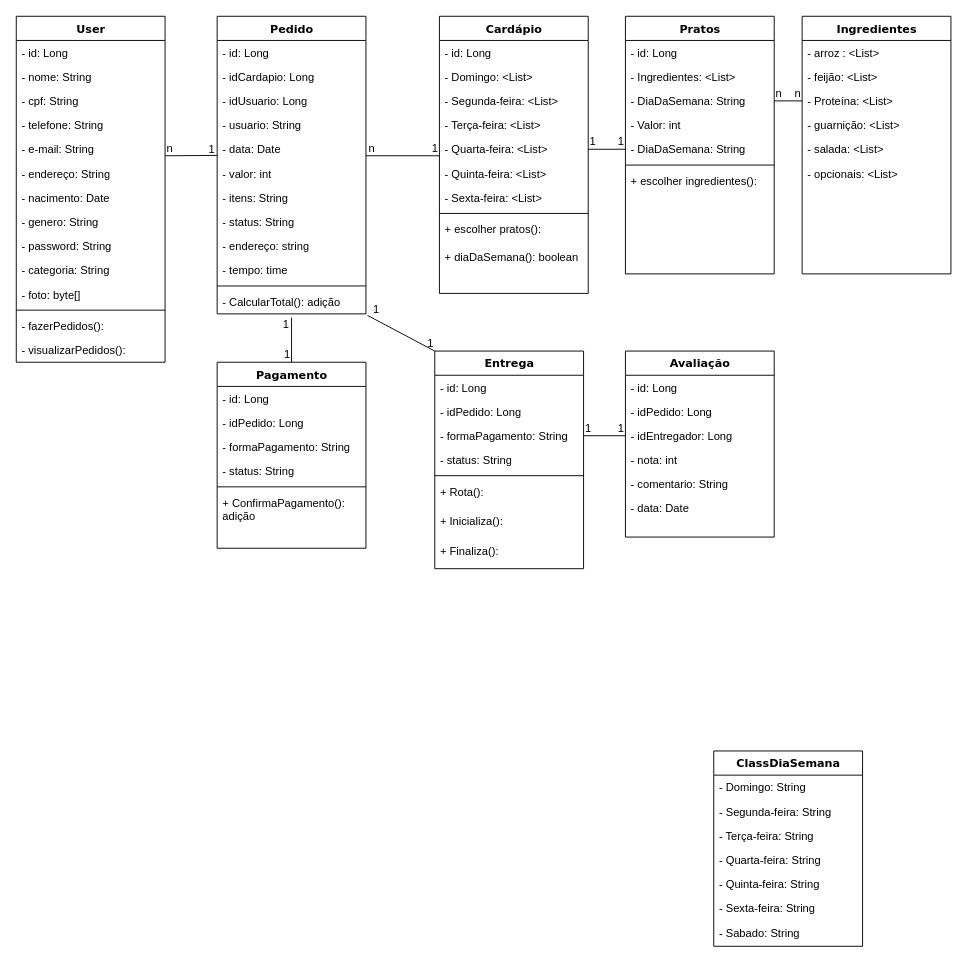
Above: Diagrama sem nome.drawio in lKauanF/SpringBoot_RangoExpress (draw.io), before the change. Source tidied: cells renumbered, new cells numbered last; positions are measured from the earlier drawing's top-left corner, leaving out a move shared by most shapes. Both pictures are drawn from the tidied source at 93%, with x=0, y=0 at pixel (16, 16).
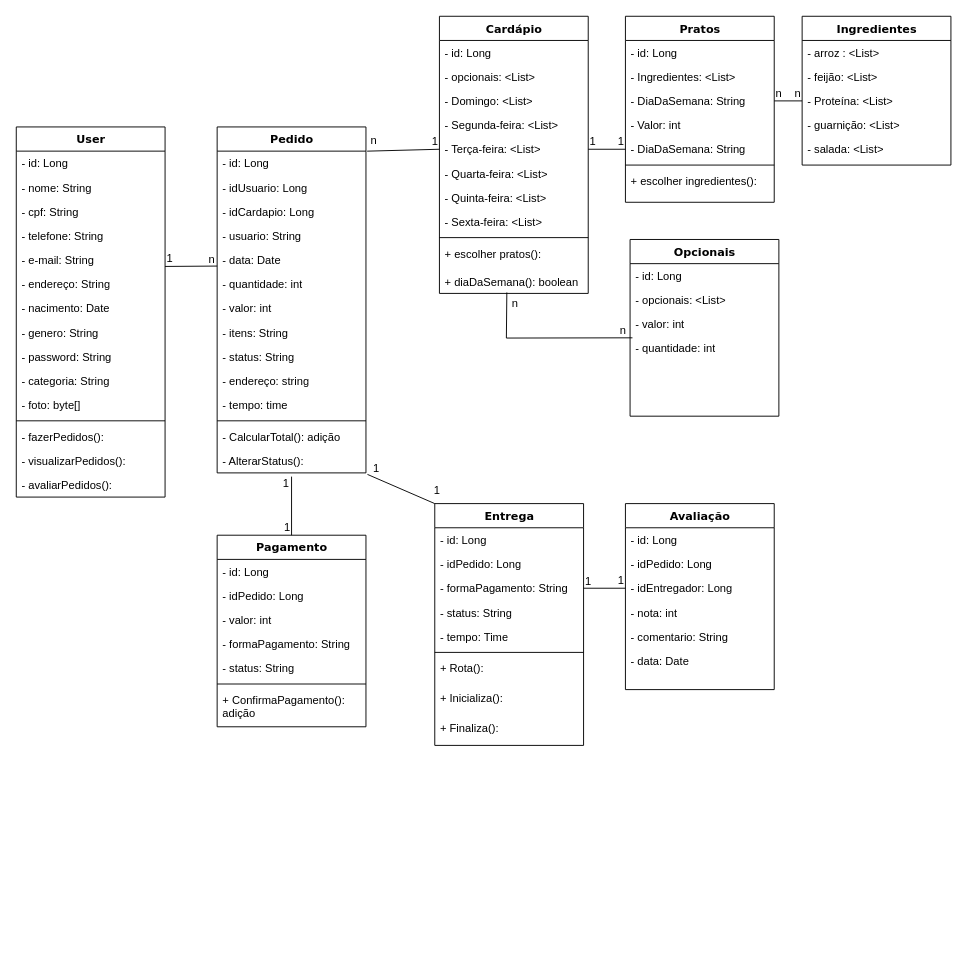
The same diagram, later.

The change refers to these unchanged cells:
```xml
<mxCell id="17" value="Cardápio" style="swimlane;html=1;fontStyle=1;align=center;verticalAlign=top;horizontal=1;startSize=26;swimlaneFillColor=#ffffff;rounded=0;shadow=0;comic=0;labelBackgroundColor=none;strokeWidth=1;fillColor=none;fontFamily=Verdana;fontSize=12;" parent="1" vertex="1">
  <mxGeometry x="455" width="160" height="298" as="geometry" />
</mxCell>
<mxCell id="48" value="- data: Date" style="text;html=1;strokeColor=none;fillColor=none;align=left;verticalAlign=top;spacingLeft=4;spacingRight=4;whiteSpace=wrap;overflow=hidden;points=[[0,0.5],[1,0.5]];portConstraint=eastwest;" parent="43" vertex="1">
  <mxGeometry y="130" width="160" height="26" as="geometry" />
</mxCell>
<mxCell id="102" style="endArrow=none;html=1;rounded=0;exitX=1.01;exitY=1.062;exitDx=0;exitDy=0;entryX=0;entryY=0;entryDx=0;entryDy=0;exitPerimeter=0;" parent="1" edge="1" source="55" target="63">
  <mxGeometry relative="1" as="geometry" />
</mxCell>
```

What changed in the source:
```diff
@@
     <mxCell id="2" value="User" style="swimlane;html=1;fontStyle=1;align=center;verticalAlign=top;horizontal=1;startSize=26;swimlaneFillColor=#ffffff;rounded=0;shadow=0;comic=0;labelBackgroundColor=none;strokeWidth=1;fillColor=none;fontFamily=Verdana;fontSize=12;" parent="1" vertex="1">
-      <mxGeometry width="160" height="372" as="geometry" />
+      <mxGeometry y="119" width="160" height="398" as="geometry" />
     </mxCell>
@@
+    <mxCell id="108" value="- avaliarPedidos():" style="text;html=1;strokeColor=none;fillColor=none;align=left;verticalAlign=top;spacingLeft=4;spacingRight=4;whiteSpace=wrap;overflow=hidden;" parent="2" vertex="1">
+      <mxGeometry y="372" width="160" height="26" as="geometry" />
+    </mxCell>
@@
+    <mxCell id="109" value="- opcionais: &amp;lt;List&amp;gt;" style="text;html=1;strokeColor=none;fillColor=none;align=left;verticalAlign=top;spacingLeft=4;spacingRight=4;whiteSpace=wrap;overflow=hidden;" parent="17" vertex="1">
+      <mxGeometry y="52" width="160" height="26" as="geometry" />
+    </mxCell>
     <mxCell id="19" value="- Domingo: &amp;lt;List&amp;gt;" style="text;html=1;strokeColor=none;fillColor=none;align=left;verticalAlign=top;spacingLeft=4;spacingRight=4;whiteSpace=wrap;overflow=hidden;" parent="17" vertex="1">
-      <mxGeometry y="52" width="160" height="26" as="geometry" />
+      <mxGeometry y="78" width="160" height="26" as="geometry" />
     </mxCell>
     <mxCell id="20" value="- Segunda-feira: &amp;lt;List&amp;gt;" style="text;html=1;strokeColor=none;fillColor=none;align=left;verticalAlign=top;spacingLeft=4;spacingRight=4;whiteSpace=wrap;overflow=hidden;" parent="17" vertex="1">
-      <mxGeometry y="78" width="160" height="26" as="geometry" />
+      <mxGeometry y="104" width="160" height="26" as="geometry" />
     </mxCell>
     <mxCell id="21" value="- Terça-feira: &amp;lt;List&amp;gt;" style="text;html=1;strokeColor=none;fillColor=none;align=left;verticalAlign=top;spacingLeft=4;spacingRight=4;whiteSpace=wrap;overflow=hidden;points=[[0,0.5],[1,0.5]];portConstraint=eastwest;" parent="17" vertex="1">
-      <mxGeometry y="104" width="160" height="26" as="geometry" />
+      <mxGeometry y="130" width="160" height="26" as="geometry" />
     </mxCell>
     <mxCell id="22" value="- Quarta-feira: &amp;lt;List&amp;gt;" style="text;html=1;strokeColor=none;fillColor=none;align=left;verticalAlign=top;spacingLeft=4;spacingRight=4;whiteSpace=wrap;overflow=hidden;points=[[0,0.5],[1,0.5]];portConstraint=eastwest;" parent="17" vertex="1">
-      <mxGeometry y="130" width="160" height="26" as="geometry" />
+      <mxGeometry y="156" width="160" height="26" as="geometry" />
     </mxCell>
     <mxCell id="23" value="- Quinta-feira: &amp;lt;List&amp;gt;" style="text;html=1;strokeColor=none;fillColor=none;align=left;verticalAlign=top;spacingLeft=4;spacingRight=4;whiteSpace=wrap;overflow=hidden;" parent="17" vertex="1">
-      <mxGeometry y="156" width="160" height="26" as="geometry" />
+      <mxGeometry y="182" width="160" height="26" as="geometry" />
     </mxCell>
     <mxCell id="24" value="- Sexta-feira: &amp;lt;List&amp;gt;" style="text;html=1;strokeColor=none;fillColor=none;align=left;verticalAlign=top;spacingLeft=4;spacingRight=4;whiteSpace=wrap;overflow=hidden;" parent="17" vertex="1">
-      <mxGeometry y="182" width="160" height="26" as="geometry" />
+      <mxGeometry y="208" width="160" height="26" as="geometry" />
     </mxCell>
     <mxCell id="25" style="line;html=1;strokeWidth=1;fillColor=none;align=left;verticalAlign=middle;spacingTop=-1;spacingLeft=3;spacingRight=3;labelPosition=right;" parent="17" vertex="1">
-      <mxGeometry y="208" width="160" height="8" as="geometry" />
+      <mxGeometry y="234" width="160" height="8" as="geometry" />
     </mxCell>
     <mxCell id="26" value="+ escolher pratos():&amp;nbsp;" style="text;html=1;strokeColor=none;fillColor=none;align=left;verticalAlign=top;spacingLeft=4;spacingRight=4;whiteSpace=wrap;overflow=hidden;" parent="17" vertex="1">
-      <mxGeometry y="216" width="160" height="30" as="geometry" />
+      <mxGeometry y="242" width="160" height="30" as="geometry" />
     </mxCell>
     <mxCell id="27" value="+ diaDaSemana(): boolean" style="text;html=1;strokeColor=none;fillColor=none;align=left;verticalAlign=top;spacingLeft=4;spacingRight=4;whiteSpace=wrap;overflow=hidden;points=[[0,0.5],[1,0.5]];portConstraint=eastwest;" parent="17" vertex="1">
-      <mxGeometry y="246" width="160" height="26" as="geometry" />
+      <mxGeometry y="272" width="160" height="26" as="geometry" />
     </mxCell>
     <mxCell id="28" value="Avaliação" style="swimlane;html=1;fontStyle=1;align=center;verticalAlign=top;horizontal=1;startSize=26;swimlaneFillColor=#ffffff;rounded=0;shadow=0;comic=0;labelBackgroundColor=none;strokeWidth=1;fillColor=none;fontFamily=Verdana;fontSize=12;" parent="1" vertex="1">
-      <mxGeometry x="655" y="360" width="160" height="200" as="geometry" />
+      <mxGeometry x="655" y="524" width="160" height="200" as="geometry" />
     </mxCell>
@@
-    <mxCell id="35" value="ClassDiaSemana" style="swimlane;html=1;fontStyle=1;align=center;verticalAlign=top;horizontal=1;startSize=26;swimlaneFillColor=#ffffff;rounded=0;shadow=0;comic=0;labelBackgroundColor=none;strokeWidth=1;fillColor=none;fontFamily=Verdana;fontSize=12;" parent="1" vertex="1">
-      <mxGeometry x="750" y="790" width="160" height="210" as="geometry" />
-    </mxCell>
-    <mxCell id="36" value="- Domingo: String" style="text;html=1;strokeColor=none;fillColor=none;align=left;verticalAlign=top;spacingLeft=4;spacingRight=4;whiteSpace=wrap;overflow=hidden;" parent="35" vertex="1">
-      <mxGeometry y="26" width="160" height="26" as="geometry" />
-    </mxCell>
-    <mxCell id="37" value="- Segunda-feira: String" style="text;html=1;strokeColor=none;fillColor=none;align=left;verticalAlign=top;spacingLeft=4;spacingRight=4;whiteSpace=wrap;overflow=hidden;" parent="35" vertex="1">
-      <mxGeometry y="52" width="160" height="26" as="geometry" />
-    </mxCell>
-    <mxCell id="38" value="- Terça-feira: String" style="text;html=1;strokeColor=none;fillColor=none;align=left;verticalAlign=top;spacingLeft=4;spacingRight=4;whiteSpace=wrap;overflow=hidden;" parent="35" vertex="1">
-      <mxGeometry y="78" width="160" height="26" as="geometry" />
-    </mxCell>
-    <mxCell id="39" value="- Quarta-feira&lt;span style=&quot;background-color: initial;&quot;&gt;: String&lt;/span&gt;" style="text;html=1;strokeColor=none;fillColor=none;align=left;verticalAlign=top;spacingLeft=4;spacingRight=4;whiteSpace=wrap;overflow=hidden;" parent="35" vertex="1">
-      <mxGeometry y="104" width="160" height="26" as="geometry" />
-    </mxCell>
-    <mxCell id="40" value="- Quinta-feira&lt;span style=&quot;background-color: initial;&quot;&gt;: String&lt;/span&gt;" style="text;html=1;strokeColor=none;fillColor=none;align=left;verticalAlign=top;spacingLeft=4;spacingRight=4;whiteSpace=wrap;overflow=hidden;" parent="35" vertex="1">
-      <mxGeometry y="130" width="160" height="26" as="geometry" />
-    </mxCell>
-    <mxCell id="41" value="- Sexta-feira&lt;span style=&quot;background-color: initial;&quot;&gt;: String&lt;/span&gt;" style="text;html=1;strokeColor=none;fillColor=none;align=left;verticalAlign=top;spacingLeft=4;spacingRight=4;whiteSpace=wrap;overflow=hidden;" parent="35" vertex="1">
-      <mxGeometry y="156" width="160" height="26" as="geometry" />
-    </mxCell>
-    <mxCell id="42" value="- Sabado&lt;span style=&quot;background-color: initial;&quot;&gt;: String&lt;/span&gt;" style="text;html=1;strokeColor=none;fillColor=none;align=left;verticalAlign=top;spacingLeft=4;spacingRight=4;whiteSpace=wrap;overflow=hidden;" parent="35" vertex="1">
-      <mxGeometry y="182" width="160" height="26" as="geometry" />
-    </mxCell>
     <mxCell id="43" value="Pedido" style="swimlane;html=1;fontStyle=1;align=center;verticalAlign=top;horizontal=1;startSize=26;swimlaneFillColor=#ffffff;rounded=0;shadow=0;comic=0;labelBackgroundColor=none;strokeWidth=1;fillColor=none;fontFamily=Verdana;fontSize=12;" parent="1" vertex="1">
-      <mxGeometry x="216" width="160" height="320" as="geometry" />
+      <mxGeometry x="216" y="119" width="160" height="372" as="geometry" />
     </mxCell>
@@
+    <mxCell id="46" value="- idUsuario: Long" style="text;html=1;strokeColor=none;fillColor=none;align=left;verticalAlign=top;spacingLeft=4;spacingRight=4;whiteSpace=wrap;overflow=hidden;" parent="43" vertex="1">
+      <mxGeometry y="52" width="160" height="26" as="geometry" />
+    </mxCell>
     <mxCell id="45" value="- idCardapio: Long" style="text;html=1;strokeColor=none;fillColor=none;align=left;verticalAlign=top;spacingLeft=4;spacingRight=4;whiteSpace=wrap;overflow=hidden;" parent="43" vertex="1">
-      <mxGeometry y="52" width="160" height="26" as="geometry" />
+      <mxGeometry y="78" width="160" height="26" as="geometry" />
     </mxCell>
-    <mxCell id="46" value="- idUsuario: Long" style="text;html=1;strokeColor=none;fillColor=none;align=left;verticalAlign=top;spacingLeft=4;spacingRight=4;whiteSpace=wrap;overflow=hidden;" parent="43" vertex="1">
-      <mxGeometry y="78" width="160" height="26" as="geometry" />
-    </mxCell>
@@
+    <mxCell id="110" value="- quantidade: int" style="text;html=1;strokeColor=none;fillColor=none;align=left;verticalAlign=top;spacingLeft=4;spacingRight=4;whiteSpace=wrap;overflow=hidden;" parent="43" vertex="1">
+      <mxGeometry y="156" width="160" height="26" as="geometry" />
+    </mxCell>
     <mxCell id="49" value="- valor: int" style="text;html=1;strokeColor=none;fillColor=none;align=left;verticalAlign=top;spacingLeft=4;spacingRight=4;whiteSpace=wrap;overflow=hidden;" parent="43" vertex="1">
-      <mxGeometry y="156" width="160" height="26" as="geometry" />
+      <mxGeometry y="182" width="160" height="26" as="geometry" />
     </mxCell>
     <mxCell id="50" value="- itens: String" style="text;html=1;strokeColor=none;fillColor=none;align=left;verticalAlign=top;spacingLeft=4;spacingRight=4;whiteSpace=wrap;overflow=hidden;" parent="43" vertex="1">
-      <mxGeometry y="182" width="160" height="26" as="geometry" />
+      <mxGeometry y="208" width="160" height="26" as="geometry" />
     </mxCell>
     <mxCell id="51" value="- status: String" style="text;html=1;strokeColor=none;fillColor=none;align=left;verticalAlign=top;spacingLeft=4;spacingRight=4;whiteSpace=wrap;overflow=hidden;" parent="43" vertex="1">
-      <mxGeometry y="208" width="160" height="26" as="geometry" />
+      <mxGeometry y="234" width="160" height="26" as="geometry" />
     </mxCell>
     <mxCell id="52" value="- endereço: string" style="text;html=1;strokeColor=none;fillColor=none;align=left;verticalAlign=top;spacingLeft=4;spacingRight=4;whiteSpace=wrap;overflow=hidden;" parent="43" vertex="1">
-      <mxGeometry y="234" width="160" height="26" as="geometry" />
+      <mxGeometry y="260" width="160" height="26" as="geometry" />
     </mxCell>
     <mxCell id="53" value="- tempo: time" style="text;html=1;strokeColor=none;fillColor=none;align=left;verticalAlign=top;spacingLeft=4;spacingRight=4;whiteSpace=wrap;overflow=hidden;" parent="43" vertex="1">
-      <mxGeometry y="260" width="160" height="26" as="geometry" />
+      <mxGeometry y="286" width="160" height="26" as="geometry" />
     </mxCell>
     <mxCell id="54" style="line;html=1;strokeWidth=1;fillColor=none;align=left;verticalAlign=middle;spacingTop=-1;spacingLeft=3;spacingRight=3;labelPosition=right;" parent="43" vertex="1">
-      <mxGeometry y="286" width="160" height="8" as="geometry" />
+      <mxGeometry y="312" width="160" height="8" as="geometry" />
     </mxCell>
+    <mxCell id="111" value="- CalcularTotal(): adição" style="text;html=1;strokeColor=none;fillColor=none;align=left;verticalAlign=top;spacingLeft=4;spacingRight=4;whiteSpace=wrap;overflow=hidden;" parent="43" vertex="1">
+      <mxGeometry y="320" width="160" height="26" as="geometry" />
+    </mxCell>
-    <mxCell id="55" value="- CalcularTotal(): adição" style="text;html=1;strokeColor=none;fillColor=none;align=left;verticalAlign=top;spacingLeft=4;spacingRight=4;whiteSpace=wrap;overflow=hidden;points=[[0,0.5],[1,0.5]];portConstraint=eastwest;" parent="43" vertex="1">
-      <mxGeometry y="294" width="160" height="26" as="geometry" />
+    <mxCell id="55" value="- AlterarStatus():" style="text;html=1;strokeColor=none;fillColor=none;align=left;verticalAlign=top;spacingLeft=4;spacingRight=4;whiteSpace=wrap;overflow=hidden;points=[[0,0.5],[1,0.5]];portConstraint=eastwest;" parent="43" vertex="1">
+      <mxGeometry y="346" width="160" height="26" as="geometry" />
     </mxCell>
     <mxCell id="56" value="Pagamento" style="swimlane;html=1;fontStyle=1;align=center;verticalAlign=top;horizontal=1;startSize=26;swimlaneFillColor=#ffffff;rounded=0;shadow=0;comic=0;labelBackgroundColor=none;strokeWidth=1;fillColor=none;fontFamily=Verdana;fontSize=12;" parent="1" vertex="1">
-      <mxGeometry x="216" y="372" width="160" height="200" as="geometry" />
+      <mxGeometry x="216" y="558" width="160" height="206" as="geometry" />
     </mxCell>
@@
+    <mxCell id="112" value="- valor: int" style="text;html=1;strokeColor=none;fillColor=none;align=left;verticalAlign=top;spacingLeft=4;spacingRight=4;whiteSpace=wrap;overflow=hidden;" parent="56" vertex="1">
+      <mxGeometry y="78" width="160" height="26" as="geometry" />
+    </mxCell>
     <mxCell id="59" value="- formaPagamento: String" style="text;html=1;strokeColor=none;fillColor=none;align=left;verticalAlign=top;spacingLeft=4;spacingRight=4;whiteSpace=wrap;overflow=hidden;" parent="56" vertex="1">
-      <mxGeometry y="78" width="160" height="26" as="geometry" />
+      <mxGeometry y="104" width="160" height="26" as="geometry" />
     </mxCell>
     <mxCell id="60" value="- status: String" style="text;html=1;strokeColor=none;fillColor=none;align=left;verticalAlign=top;spacingLeft=4;spacingRight=4;whiteSpace=wrap;overflow=hidden;" parent="56" vertex="1">
-      <mxGeometry y="104" width="160" height="26" as="geometry" />
+      <mxGeometry y="130" width="160" height="26" as="geometry" />
     </mxCell>
     <mxCell id="61" style="line;html=1;strokeWidth=1;fillColor=none;align=left;verticalAlign=middle;spacingTop=-1;spacingLeft=3;spacingRight=3;labelPosition=right;" parent="56" vertex="1">
-      <mxGeometry y="130" width="160" height="8" as="geometry" />
+      <mxGeometry y="156" width="160" height="8" as="geometry" />
     </mxCell>
     <mxCell id="62" value="+ ConfirmaPagamento(): adição" style="text;html=1;strokeColor=none;fillColor=none;align=left;verticalAlign=top;spacingLeft=4;spacingRight=4;whiteSpace=wrap;overflow=hidden;" parent="56" vertex="1">
-      <mxGeometry y="138" width="160" height="42" as="geometry" />
+      <mxGeometry y="164" width="160" height="42" as="geometry" />
     </mxCell>
     <mxCell id="63" value="Entrega" style="swimlane;html=1;fontStyle=1;align=center;verticalAlign=top;horizontal=1;startSize=26;swimlaneFillColor=#ffffff;rounded=0;shadow=0;comic=0;labelBackgroundColor=none;strokeWidth=1;fillColor=none;fontFamily=Verdana;fontSize=12;" parent="1" vertex="1">
-      <mxGeometry x="450" y="360" width="160" height="234" as="geometry" />
+      <mxGeometry x="450" y="524" width="160" height="260" as="geometry" />
     </mxCell>
@@
+    <mxCell id="113" value="- tempo: Time" style="text;html=1;strokeColor=none;fillColor=none;align=left;verticalAlign=top;spacingLeft=4;spacingRight=4;whiteSpace=wrap;overflow=hidden;" parent="63" vertex="1">
+      <mxGeometry y="130" width="160" height="26" as="geometry" />
+    </mxCell>
     <mxCell id="68" style="line;html=1;strokeWidth=1;fillColor=none;align=left;verticalAlign=middle;spacingTop=-1;spacingLeft=3;spacingRight=3;labelPosition=right;" parent="63" vertex="1">
-      <mxGeometry y="130" width="160" height="8" as="geometry" />
+      <mxGeometry y="156" width="160" height="8" as="geometry" />
     </mxCell>
     <mxCell id="69" value="+ Rota():&amp;nbsp;" style="text;html=1;strokeColor=none;fillColor=none;align=left;verticalAlign=top;spacingLeft=4;spacingRight=4;whiteSpace=wrap;overflow=hidden;" parent="63" vertex="1">
-      <mxGeometry y="138" width="160" height="32" as="geometry" />
+      <mxGeometry y="164" width="160" height="32" as="geometry" />
     </mxCell>
     <mxCell id="70" value="+ Inicializa():&amp;nbsp;" style="text;html=1;strokeColor=none;fillColor=none;align=left;verticalAlign=top;spacingLeft=4;spacingRight=4;whiteSpace=wrap;overflow=hidden;" parent="63" vertex="1">
-      <mxGeometry y="170" width="160" height="32" as="geometry" />
+      <mxGeometry y="196" width="160" height="32" as="geometry" />
     </mxCell>
     <mxCell id="71" value="+ Finaliza():&amp;nbsp;" style="text;html=1;strokeColor=none;fillColor=none;align=left;verticalAlign=top;spacingLeft=4;spacingRight=4;whiteSpace=wrap;overflow=hidden;" parent="63" vertex="1">
-      <mxGeometry y="202" width="160" height="32" as="geometry" />
+      <mxGeometry y="228" width="160" height="32" as="geometry" />
     </mxCell>
     <mxCell id="72" value="Pratos" style="swimlane;html=1;fontStyle=1;align=center;verticalAlign=top;horizontal=1;startSize=26;swimlaneFillColor=#ffffff;rounded=0;shadow=0;comic=0;labelBackgroundColor=none;strokeWidth=1;fillColor=none;fontFamily=Verdana;fontSize=12;" parent="1" vertex="1">
-      <mxGeometry x="655" width="160" height="277" as="geometry" />
+      <mxGeometry x="655" width="160" height="200" as="geometry" />
     </mxCell>
@@
     <mxCell id="80" value="Ingredientes" style="swimlane;html=1;fontStyle=1;align=center;verticalAlign=top;horizontal=1;startSize=26;swimlaneFillColor=#ffffff;rounded=0;shadow=0;comic=0;labelBackgroundColor=none;strokeWidth=1;fillColor=none;fontFamily=Verdana;fontSize=12;" parent="1" vertex="1">
-      <mxGeometry x="845" width="160" height="277" as="geometry" />
+      <mxGeometry x="845" width="160" height="160" as="geometry" />
     </mxCell>
@@
-    <mxCell id="86" value="- opcionais: &amp;lt;List&amp;gt;" style="text;html=1;strokeColor=none;fillColor=none;align=left;verticalAlign=top;spacingLeft=4;spacingRight=4;whiteSpace=wrap;overflow=hidden;" parent="80" vertex="1">
-      <mxGeometry y="156" width="160" height="26" as="geometry" />
-    </mxCell>
     <mxCell id="87" style="endArrow=none;html=1;rounded=0;entryX=0;entryY=0.754;entryDx=0;entryDy=0;entryPerimeter=0;" parent="1" edge="1" target="48">
       <mxGeometry relative="1" as="geometry">
-        <mxPoint x="160" y="150" as="sourcePoint" />
+        <mxPoint x="160" y="269" as="sourcePoint" />
       </mxGeometry>
     </mxCell>
-    <mxCell id="88" value="n" style="html=1;whiteSpace=wrap;align=left;verticalAlign=bottom;" parent="87" vertex="1">
+    <mxCell id="88" value="1" style="html=1;whiteSpace=wrap;align=left;verticalAlign=bottom;" parent="87" vertex="1">
       <mxGeometry x="-1" relative="1" as="geometry" />
     </mxCell>
-    <mxCell id="89" value="1" style="html=1;whiteSpace=wrap;align=right;verticalAlign=bottom;" parent="87" vertex="1">
+    <mxCell id="89" value="n" style="html=1;whiteSpace=wrap;align=right;verticalAlign=bottom;" parent="87" vertex="1">
       <mxGeometry x="1" relative="1" as="geometry">
         <mxPoint x="-1" y="1" as="offset" />
       </mxGeometry>
     </mxCell>
@@
-    <mxCell id="93" style="endArrow=none;html=1;rounded=0;exitX=1;exitY=0.5;exitDx=0;exitDy=0;" parent="1" edge="1" source="22">
+    <mxCell id="93" style="endArrow=none;html=1;rounded=0;exitX=1;exitY=0.5;exitDx=0;exitDy=0;" parent="1" edge="1" source="21">
       <mxGeometry relative="1" as="geometry">
         <mxPoint x="655" y="143" as="targetPoint" />
       </mxGeometry>
     </mxCell>
@@
-    <mxCell id="96" style="endArrow=none;html=1;rounded=0;exitX=1;exitY=0.769;exitDx=0;exitDy=0;exitPerimeter=0;entryX=0.001;entryY=0.769;entryDx=0;entryDy=0;entryPerimeter=0;" parent="1" edge="1" source="48" target="22">
+    <mxCell id="96" style="endArrow=none;html=1;rounded=0;entryX=0;entryY=0.5;entryDx=0;entryDy=0;exitX=1.008;exitY=0.07;exitDx=0;exitDy=0;exitPerimeter=0;" parent="1" edge="1" source="43" target="21">
       <mxGeometry relative="1" as="geometry" />
     </mxCell>
@@
     <mxCell id="98" value="n" style="html=1;whiteSpace=wrap;align=right;verticalAlign=bottom;" parent="1" vertex="1">
-      <mxGeometry x="387" y="150" as="geometry" />
+      <mxGeometry x="389" y="142" as="geometry" />
     </mxCell>
@@
     <mxCell id="104" value="1" style="html=1;whiteSpace=wrap;align=right;verticalAlign=bottom;" parent="102" vertex="1">
-      <mxGeometry x="1" relative="1" as="geometry" />
+      <mxGeometry x="1" relative="1" as="geometry">
+        <mxPoint x="7" y="-6" as="offset" />
+      </mxGeometry>
     </mxCell>
@@
+    <mxCell id="114" value="Opcionais" style="swimlane;html=1;fontStyle=1;align=center;verticalAlign=top;horizontal=1;startSize=26;swimlaneFillColor=#ffffff;rounded=0;shadow=0;comic=0;labelBackgroundColor=none;strokeWidth=1;fillColor=none;fontFamily=Verdana;fontSize=12;" parent="1" vertex="1">
+      <mxGeometry x="660" y="240" width="160" height="190" as="geometry" />
+    </mxCell>
+    <mxCell id="115" value="- id: Long&lt;div&gt;&lt;br/&gt;&lt;/div&gt;" style="text;html=1;strokeColor=none;fillColor=none;align=left;verticalAlign=top;spacingLeft=4;spacingRight=4;whiteSpace=wrap;overflow=hidden;" parent="114" vertex="1">
+      <mxGeometry y="26" width="160" height="26" as="geometry" />
+    </mxCell>
+    <mxCell id="116" value="- opcionais: &amp;lt;List&amp;gt;" style="text;html=1;strokeColor=none;fillColor=none;align=left;verticalAlign=top;spacingLeft=4;spacingRight=4;whiteSpace=wrap;overflow=hidden;" parent="114" vertex="1">
+      <mxGeometry y="52" width="160" height="26" as="geometry" />
+    </mxCell>
+    <mxCell id="117" value="- valor: int" style="text;html=1;strokeColor=none;fillColor=none;align=left;verticalAlign=top;spacingLeft=4;spacingRight=4;whiteSpace=wrap;overflow=hidden;points=[[0,0.5],[1,0.5]];portConstraint=eastwest;" parent="114" vertex="1">
+      <mxGeometry y="78" width="160" height="26" as="geometry" />
+    </mxCell>
+    <mxCell id="118" value="- quantidade: int" style="text;html=1;strokeColor=none;fillColor=none;align=left;verticalAlign=top;spacingLeft=4;spacingRight=4;whiteSpace=wrap;overflow=hidden;" parent="114" vertex="1">
+      <mxGeometry y="104" width="160" height="26" as="geometry" />
+    </mxCell>
+    <mxCell id="119" style="endArrow=none;html=1;rounded=0;entryX=0.016;entryY=1.067;entryDx=0;entryDy=0;entryPerimeter=0;exitX=0.453;exitY=0.962;exitDx=0;exitDy=0;exitPerimeter=0;" parent="1" edge="1" source="27" target="117">
+      <mxGeometry relative="1" as="geometry">
+        <Array as="points">
+          <mxPoint x="527" y="346" />
+        </Array>
+      </mxGeometry>
+    </mxCell>
+    <mxCell id="120" value="n" style="html=1;whiteSpace=wrap;align=right;verticalAlign=bottom;" parent="119" vertex="1">
+      <mxGeometry x="1" relative="1" as="geometry">
+        <mxPoint x="-6" as="offset" />
+      </mxGeometry>
+    </mxCell>
+    <mxCell id="121" value="n" style="html=1;whiteSpace=wrap;align=right;verticalAlign=bottom;" parent="1" vertex="1">
+      <mxGeometry x="536.9" y="314.7" as="geometry">
+        <mxPoint x="4" y="2" as="offset" />
+      </mxGeometry>
+    </mxCell>
```
